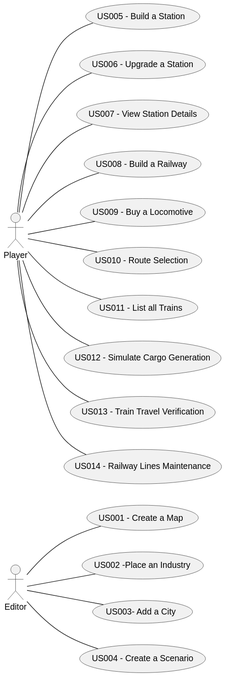
Above: Sprint3/global-artifacts/01.requirements-engineering/svg/UCD.svg in 1240935/pi2-railway-simulator (PlantUML), before the change.
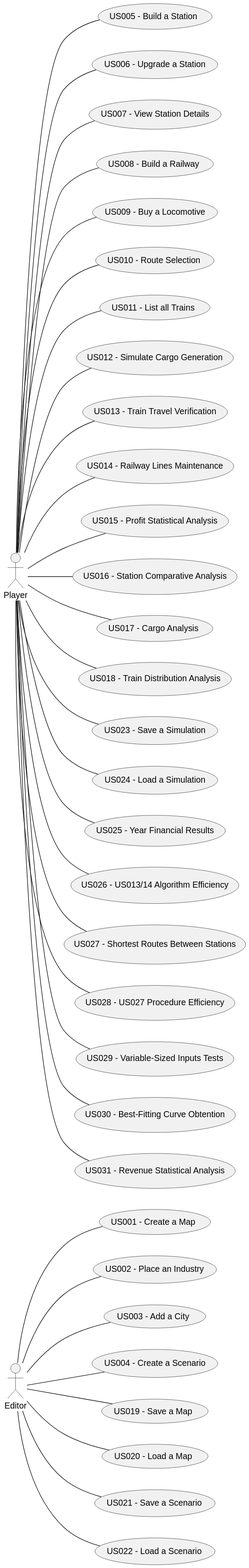
The same file after the commit.

Change to the diagram source:
```diff
@@ -5,8 +5,8 @@
 actor Player
 
 usecase "US001 - Create a Map" as US001
-usecase "US002 -Place an Industry" as US002
-usecase "US003- Add a City" as US003
+usecase "US002 - Place an Industry" as US002
+usecase "US003 - Add a City" as US003
 usecase "US004 - Create a Scenario" as US004
 usecase "US005 - Build a Station" as US005
 usecase "US006 - Upgrade a Station" as US006
@@ -18,20 +18,54 @@
 usecase "US012 - Simulate Cargo Generation" as US012
 usecase "US013 - Train Travel Verification" as US013
 usecase "US014 - Railway Lines Maintenance" as US014
+usecase "US015 - Profit Statistical Analysis" as US015
+usecase "US016 - Station Comparative Analysis" as US016
+usecase "US017 - Cargo Analysis" as US017
+usecase "US018 - Train Distribution Analysis" as US018
+usecase "US019 - Save a Map" as US019
+usecase "US020 - Load a Map" as US020
+usecase "US021 - Save a Scenario" as US021
+usecase "US022 - Load a Scenario" as US022
+usecase "US023 - Save a Simulation" as US023
+usecase "US024 - Load a Simulation" as US024
+usecase "US025 - Year Financial Results" as US025
+usecase "US026 - US013/14 Algorithm Efficiency" as US026
+usecase "US027 - Shortest Routes Between Stations" as US027
+usecase "US028 - US027 Procedure Efficiency" as US028
+usecase "US029 - Variable-Sized Inputs Tests" as US029
+usecase "US030 - Best-Fitting Curve Obtention" as US030
+usecase "US031 - Revenue Statistical Analysis" as US031
 
+Editor -- US001
+Editor -- US002
+Editor -- US003
 Editor -- US004
-Editor -- US003
-Editor -- US002
-Editor -- US001
+Editor -- US019
+Editor -- US020
+Editor -- US021
+Editor -- US022
 
+Player -- US005
+Player -- US006
+Player -- US007
+Player -- US008
+Player -- US009
+Player -- US010
 Player -- US011
-Player -- US010
-Player -- US009
-Player -- US008
-Player -- US007
-Player -- US006
-Player -- US005
 Player -- US012
 Player -- US013
 Player -- US014
+Player -- US015
+Player -- US016
+Player -- US017
+Player -- US018
+Player -- US023
+Player -- US024
+Player -- US025
+Player -- US026
+Player -- US028
+Player -- US029
+Player -- US027
+Player -- US030
+Player -- US031
 @enduml
```
